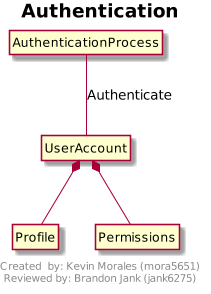
uidaho/cs383 keeps this PlantUML diagram as Deliverables/Master Requirements Specification/diagrams/class-authentication.png. Above is the earlier version.
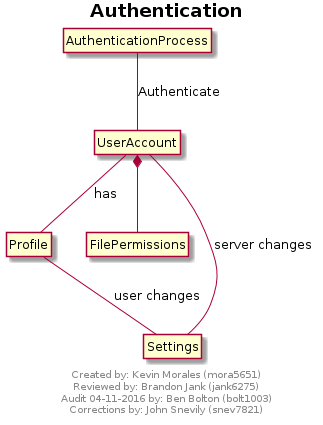
Above is the later version.

What changed in the source:
```diff
@@ -1,13 +1,19 @@
 @startuml
-scale 200 width
+scale max 700 width
+
 footer
-Created  by: Kevin Morales (mora5651)
+Created by: Kevin Morales (mora5651)
 Reviewed by: Brandon Jank (jank6275)
+Audit 04-11-2016 by: Ben Bolton (bolt1003)
+Corrections by: John Snevily (snev7821)
 endfooter
+
 hide circles
 hide members
 title <b>Authentication</b>
 AuthenticationProcess  --  UserAccount : Authenticate
-UserAccount *-- Profile
-UserAccount *-- Permissions
+UserAccount -- Profile : has
+UserAccount *-- FilePermissions
+UserAccount -- Settings : server changes
+Profile -- Settings : user changes
 @enduml
```
